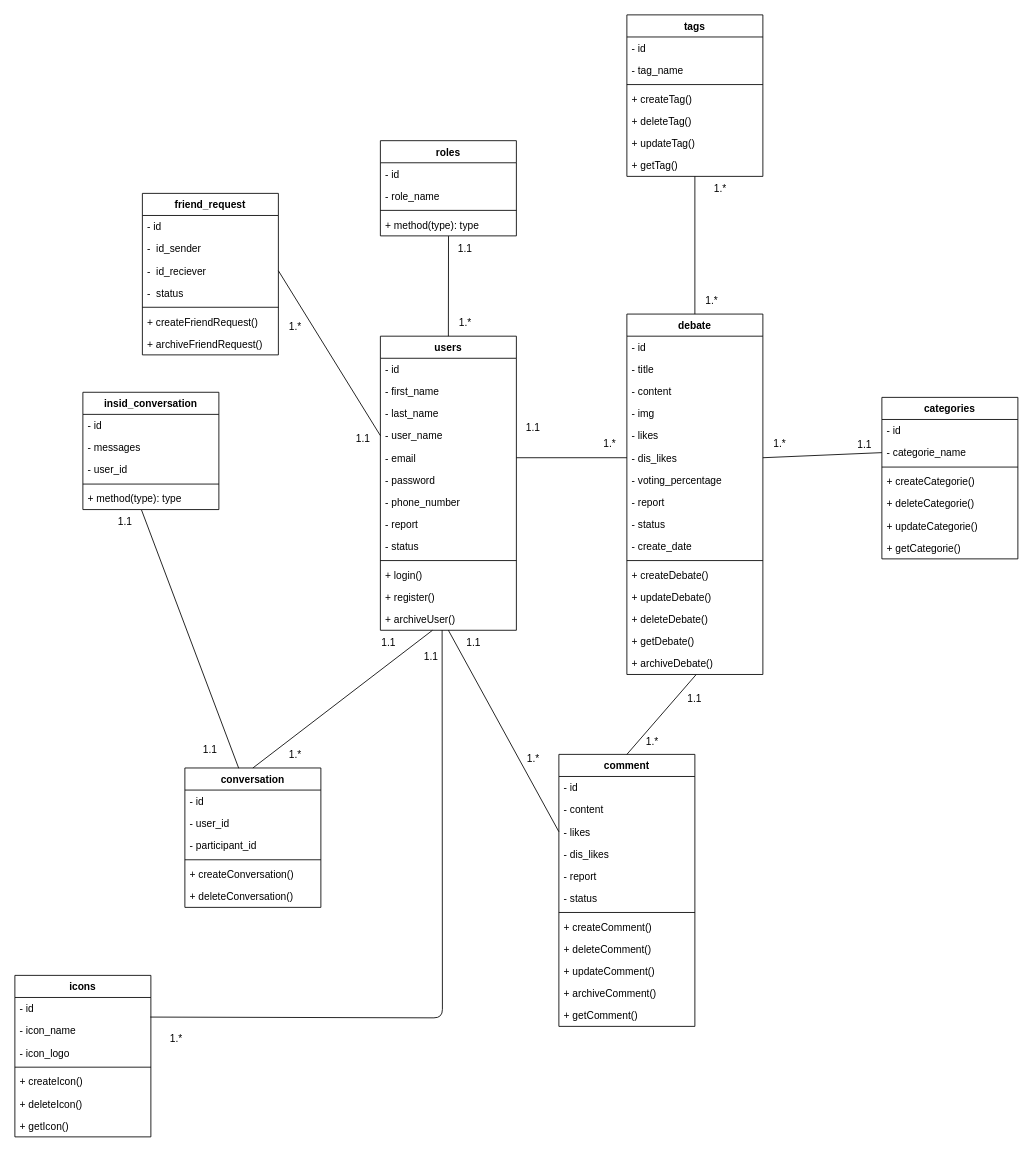
Mohamed072005/DebateVerse keeps this draw.io diagram as DebateVerse.class-diagram.drawio. Above is the earlier version. Source tidied: cells renumbered, new cells numbered last; positions are measured from the earlier drawing's top-left corner, leaving out a move shared by most shapes. Both pictures are drawn from the tidied source at 85%, with x=0, y=0 at pixel (14, 14).
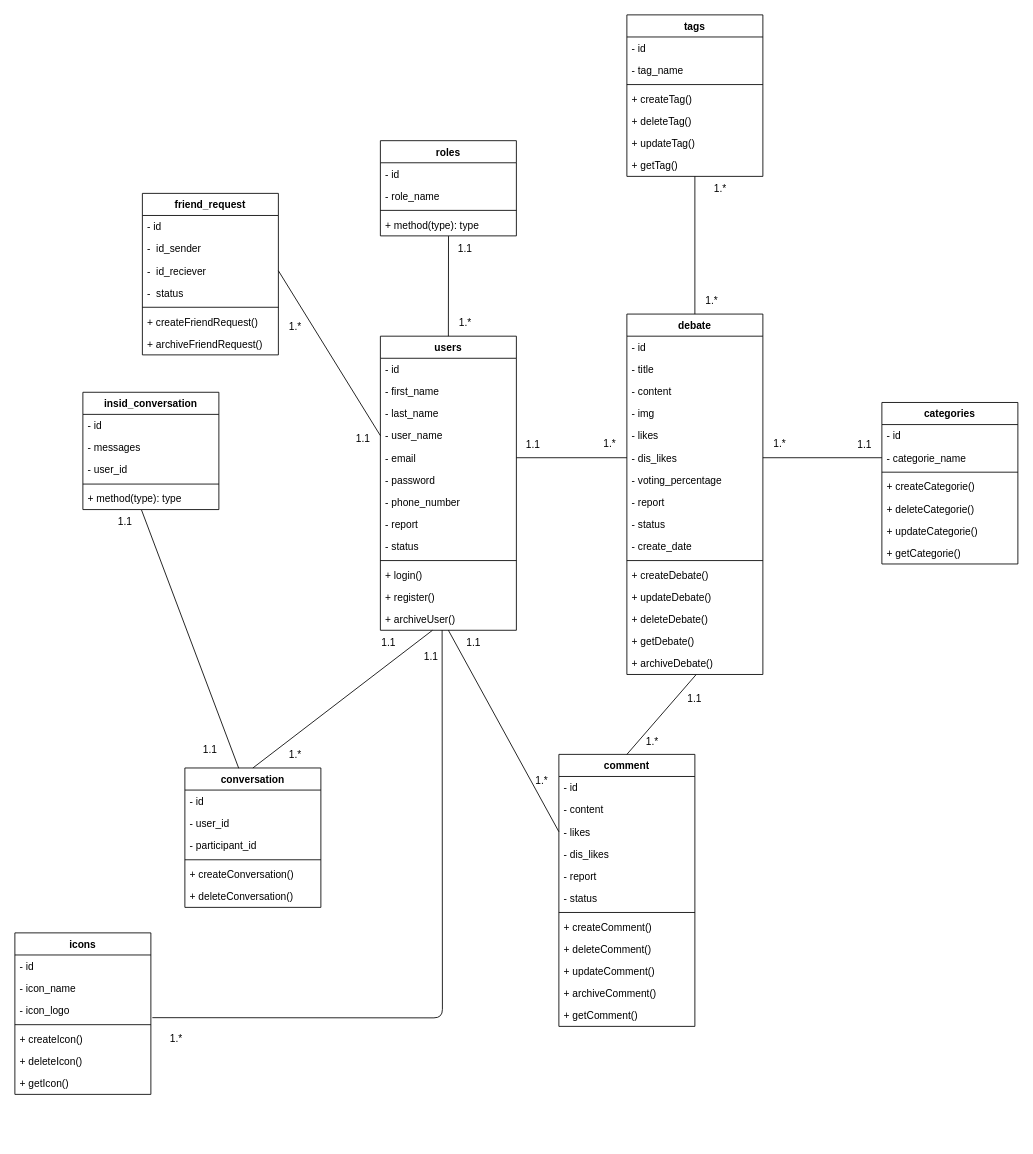
Above is the later version.

Commit message (it also covers changes not shown here):
edit the diagram class

Unchanged cells that the change refers to:
```xml
<mxCell id="32" value="+ archiveUser()" style="text;strokeColor=none;fillColor=none;align=left;verticalAlign=top;spacingLeft=4;spacingRight=4;overflow=hidden;points=[[0,0.5],[1,0.5]];portConstraint=eastwest;" parent="19" vertex="1">
  <mxGeometry y="320" width="160" height="26" as="geometry" />
</mxCell>
<mxCell id="116" value="- id" style="text;strokeColor=none;fillColor=none;align=left;verticalAlign=top;spacingLeft=4;spacingRight=4;overflow=hidden;points=[[0,0.5],[1,0.5]];portConstraint=eastwest;" parent="115" vertex="1">
  <mxGeometry y="26" width="160" height="26" as="geometry" />
</mxCell>
<mxCell id="118" value="- icon_logo" style="text;strokeColor=none;fillColor=none;align=left;verticalAlign=top;spacingLeft=4;spacingRight=4;overflow=hidden;points=[[0,0.5],[1,0.5]];portConstraint=eastwest;" parent="115" vertex="1">
  <mxGeometry y="78" width="160" height="26" as="geometry" />
</mxCell>
```

Change to the diagram source:
```diff
@@
     <mxCell id="59" value="categories" style="swimlane;fontStyle=1;align=center;verticalAlign=top;horizontal=1;startSize=26;" parent="1" vertex="1">
-      <mxGeometry x="1020" y="450" width="160" height="190" as="geometry" />
+      <mxGeometry x="1020" y="456" width="160" height="190" as="geometry" />
     </mxCell>
@@
     <mxCell id="78" value="1.*" style="text;strokeColor=none;align=center;fillColor=none;html=1;verticalAlign=middle;whiteSpace=wrap;rounded=0;" parent="1" vertex="1">
-      <mxGeometry x="580" y="860" width="60" height="30" as="geometry" />
+      <mxGeometry x="590" y="886" width="60" height="30" as="geometry" />
     </mxCell>
@@
     <mxCell id="80" value="1.1" style="text;strokeColor=none;align=center;fillColor=none;html=1;verticalAlign=middle;whiteSpace=wrap;rounded=0;" parent="1" vertex="1">
-      <mxGeometry x="580" y="471" width="60" height="30" as="geometry" />
+      <mxGeometry x="580" y="491" width="60" height="30" as="geometry" />
     </mxCell>
@@
     <mxCell id="115" value="icons" style="swimlane;fontStyle=1;align=center;verticalAlign=top;horizontal=1;startSize=26;" parent="1" vertex="1">
-      <mxGeometry y="1130" width="160" height="190" as="geometry" />
+      <mxGeometry y="1080" width="160" height="190" as="geometry" />
     </mxCell>
@@
-    <mxCell id="123" style="endArrow=none;html=1;entryX=0.454;entryY=0.994;entryDx=0;entryDy=0;entryPerimeter=0;exitX=0.996;exitY=0.887;exitDx=0;exitDy=0;exitPerimeter=0;" parent="1" edge="1" source="116" target="32">
+    <mxCell id="123" style="endArrow=none;html=1;entryX=0.454;entryY=0.994;entryDx=0;entryDy=0;entryPerimeter=0;exitX=1.011;exitY=0.837;exitDx=0;exitDy=0;exitPerimeter=0;" parent="1" edge="1" source="118" target="32">
       <mxGeometry relative="1" as="geometry">
         <Array as="points">
           <mxPoint x="503" y="1180" />
         </Array>
       </mxGeometry>
     </mxCell>
```
